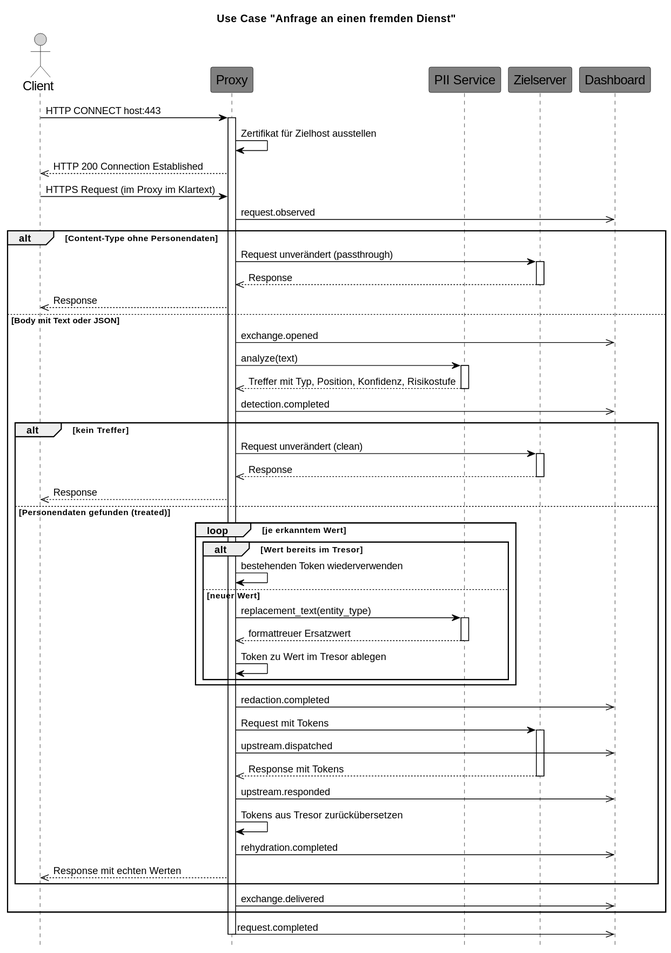
baernhaeckt/SeniorsInTheMiddle keeps this PlantUML diagram as docs/assets/laufzeitsicht.svg. Above is the earlier version.
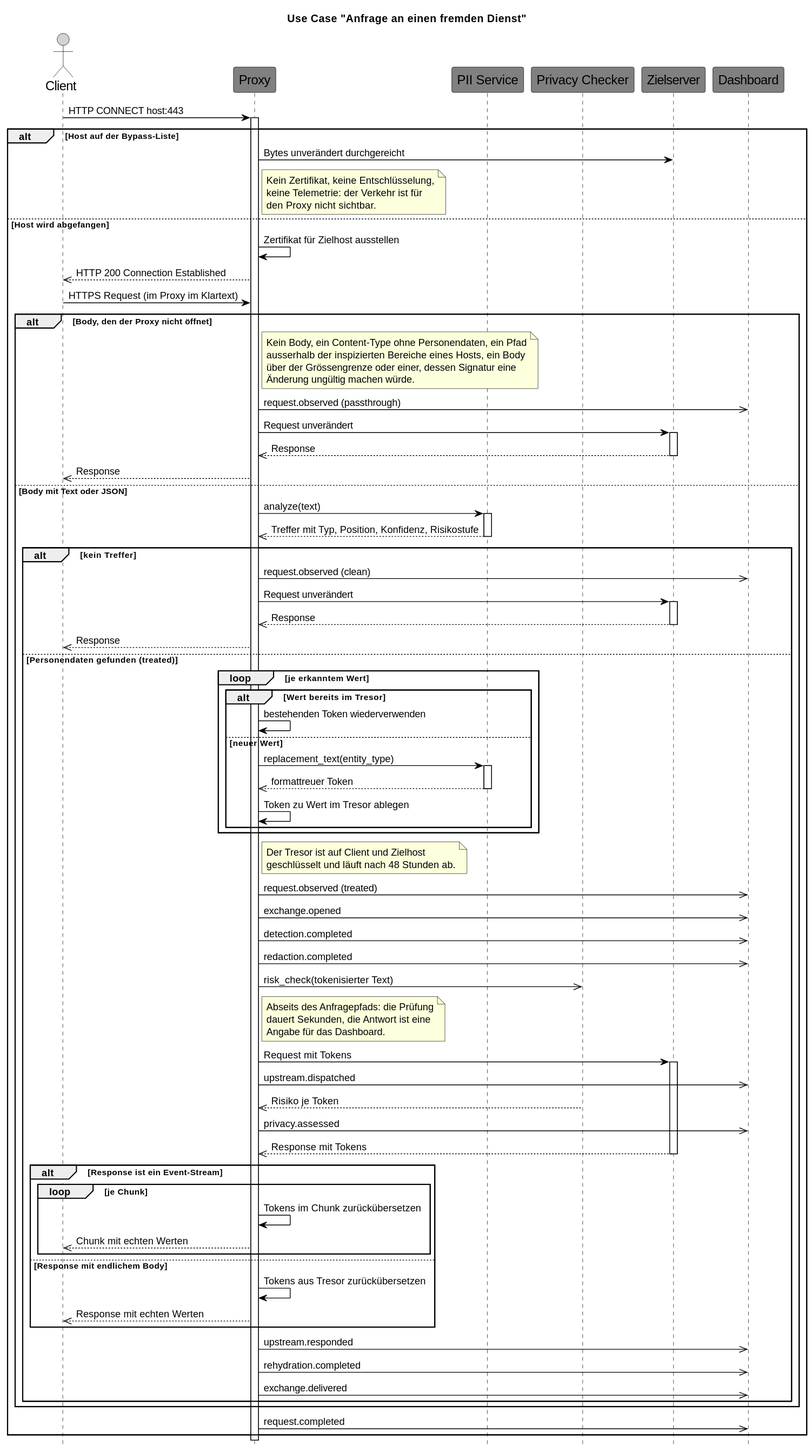
After the change.

What changed in the source:
```diff
@@ -21,72 +21,126 @@
 actor C as "Client"
 participant P as "Proxy"
 participant S as "PII Service"
+participant R as "Privacy Checker"
 participant Z as "Zielserver"
 participant D as "Dashboard"
 
 C -> P: HTTP CONNECT host:443
 activate P
-P -> P: Zertifikat für Zielhost ausstellen
-P -->> C: HTTP 200 Connection Established
 
-C -> P: HTTPS Request (im Proxy im Klartext)
-P ->> D: request.observed
+alt Host auf der Bypass-Liste
 
-alt Content-Type ohne Personendaten
+    P -> Z: Bytes unverändert durchgereicht
+    note right of P
+        Kein Zertifikat, keine Entschlüsselung,
+        keine Telemetrie: der Verkehr ist für
+        den Proxy nicht sichtbar.
+    end note
 
-    P -> Z: Request unverändert (passthrough)
-    activate Z
-    Z -->> P: Response
-    deactivate Z
-    P -->> C: Response
+else Host wird abgefangen
 
-else Body mit Text oder JSON
+    P -> P: Zertifikat für Zielhost ausstellen
+    P -->> C: HTTP 200 Connection Established
 
-    P ->> D: exchange.opened
-    P -> S: analyze(text)
-    activate S
-    S -->> P: Treffer mit Typ, Position, Konfidenz, Risikostufe
-    deactivate S
-    P ->> D: detection.completed
+    C -> P: HTTPS Request (im Proxy im Klartext)
 
-    alt kein Treffer
+    alt Body, den der Proxy nicht öffnet
 
-        P -> Z: Request unverändert (clean)
+        note right of P
+            Kein Body, ein Content-Type ohne Personendaten, ein Pfad
+            ausserhalb der inspizierten Bereiche eines Hosts, ein Body
+            über der Grössengrenze oder einer, dessen Signatur eine
+            Änderung ungültig machen würde.
+        end note
+
+        P ->> D: request.observed (passthrough)
+        P -> Z: Request unverändert
         activate Z
         Z -->> P: Response
         deactivate Z
         P -->> C: Response
 
-    else Personendaten gefunden (treated)
+    else Body mit Text oder JSON
 
-        loop je erkanntem Wert
-            alt Wert bereits im Tresor
-                P -> P: bestehenden Token wiederverwenden
-            else neuer Wert
-                P -> S: replacement_text(entity_type)
-                activate S
-                S -->> P: formattreuer Ersatzwert
-                deactivate S
-                P -> P: Token zu Wert im Tresor ablegen
+        P -> S: analyze(text)
+        activate S
+        S -->> P: Treffer mit Typ, Position, Konfidenz, Risikostufe
+        deactivate S
+
+        alt kein Treffer
+
+            P ->> D: request.observed (clean)
+            P -> Z: Request unverändert
+            activate Z
+            Z -->> P: Response
+            deactivate Z
+            P -->> C: Response
+
+        else Personendaten gefunden (treated)
+
+            loop je erkanntem Wert
+                alt Wert bereits im Tresor
+                    P -> P: bestehenden Token wiederverwenden
+                else neuer Wert
+                    P -> S: replacement_text(entity_type)
+                    activate S
+                    S -->> P: formattreuer Token
+                    deactivate S
+                    P -> P: Token zu Wert im Tresor ablegen
+                end
             end
+
+            note right of P
+                Der Tresor ist auf Client und Zielhost
+                geschlüsselt und läuft nach 48 Stunden ab.
+            end note
+
+            P ->> D: request.observed (treated)
+            P ->> D: exchange.opened
+            P ->> D: detection.completed
+            P ->> D: redaction.completed
+
+            P ->> R: risk_check(tokenisierter Text)
+            note right of P
+                Abseits des Anfragepfads: die Prüfung
+                dauert Sekunden, die Antwort ist eine
+                Angabe für das Dashboard.
+            end note
+
+            P -> Z: Request mit Tokens
+            activate Z
+            P ->> D: upstream.dispatched
+
+            R -->> P: Risiko je Token
+            P ->> D: privacy.assessed
+
+            Z -->> P: Response mit Tokens
+            deactivate Z
+
+            alt Response ist ein Event-Stream
+
+                loop je Chunk
+                    P -> P: Tokens im Chunk zurückübersetzen
+                    P -->> C: Chunk mit echten Werten
+                end
+
+            else Response mit endlichem Body
+
+                P -> P: Tokens aus Tresor zurückübersetzen
+                P -->> C: Response mit echten Werten
+
+            end
+
+            P ->> D: upstream.responded
+            P ->> D: rehydration.completed
+            P ->> D: exchange.delivered
+
         end
-        P ->> D: redaction.completed
-
-        P -> Z: Request mit Tokens
-        activate Z
-        P ->> D: upstream.dispatched
-        Z -->> P: Response mit Tokens
-        deactivate Z
-        P ->> D: upstream.responded
-
-        P -> P: Tokens aus Tresor zurückübersetzen
-        P ->> D: rehydration.completed
-        P -->> C: Response mit echten Werten
 
     end
-    P ->> D: exchange.delivered
+
+    P ->> D: request.completed
 
 end
-P ->> D: request.completed
 deactivate P
 @enduml
```
